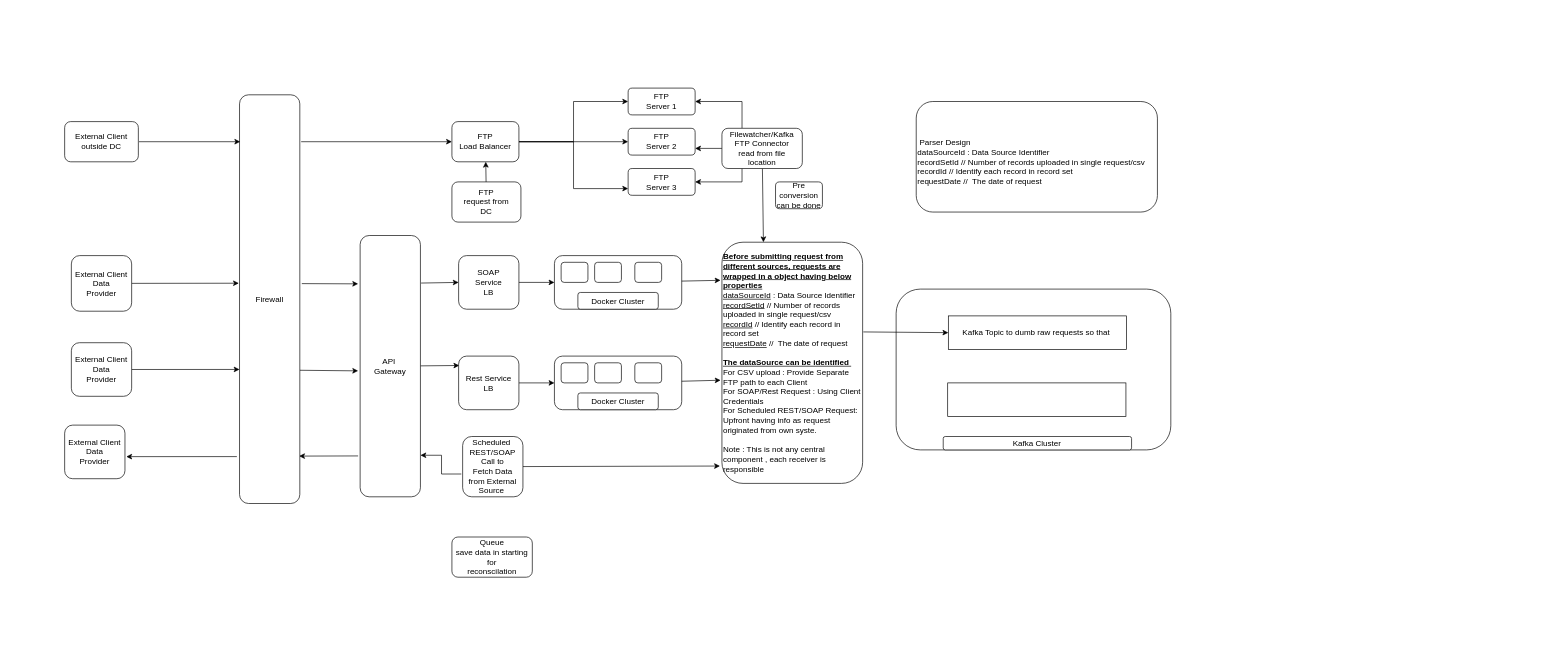
Earlier version of the draw.io diagram Untitled Diagram.drawio (arjunchd04/Diagram). Source tidied: cells renumbered, new cells numbered last; positions are measured from the earlier drawing's top-left corner, leaving out a move shared by most shapes. Both pictures are drawn from the tidied source at 67%, with x=0, y=0 at pixel (64, 88).
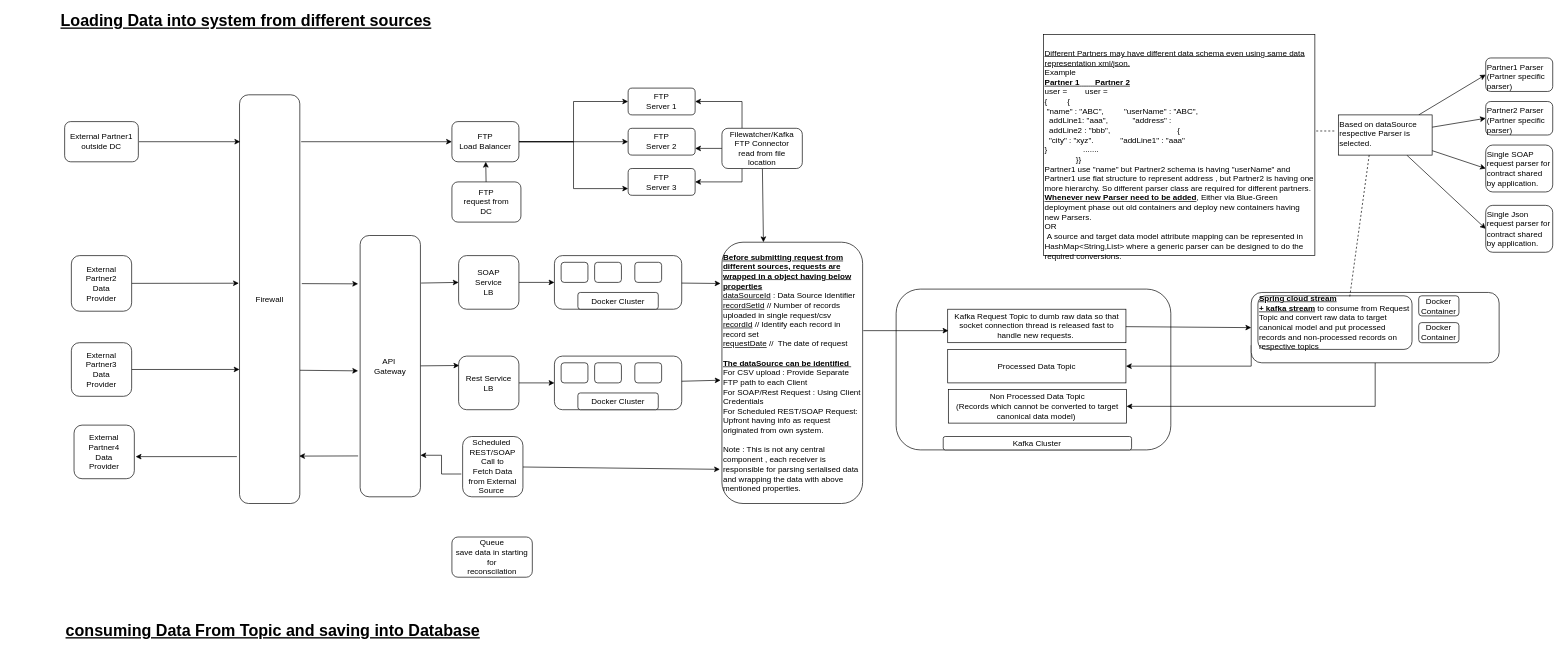
Above is the later version.

The change refers to these unchanged cells:
```xml
<mxCell id="2" style="group;" parent="1" vertex="1">
  <mxGeometry x="1241" y="340" width="410" height="200" as="geometry" />
</mxCell>
<mxCell id="20" value="Scheduled&amp;nbsp;&lt;br&gt;REST/SOAP&lt;br&gt;Call to&lt;br&gt;Fetch Data&lt;br&gt;from External&lt;br&gt;Source&amp;nbsp;" style="rounded=1;whiteSpace=wrap;html=1;" parent="1" vertex="1">
  <mxGeometry x="594" y="520" width="90" height="90" as="geometry" />
</mxCell>
```

Change to the diagram source:
```diff
@@
-    <mxCell id="5" style="rounded=0;whiteSpace=wrap;html=1;" parent="2" vertex="1">
-      <mxGeometry x="77" y="100" width="266" height="50" as="geometry" />
+    <mxCell id="5" value="Processed Data Topic" style="rounded=0;whiteSpace=wrap;html=1;" parent="2" vertex="1">
+      <mxGeometry x="77" y="50" width="266" height="50" as="geometry" />
     </mxCell>
+    <mxCell id="64" value="Non Processed Data Topic&lt;br&gt;(Records which cannot be converted to target canonical data model)&amp;nbsp;" style="rounded=0;whiteSpace=wrap;html=1;" parent="2" vertex="1">
+      <mxGeometry x="77.9" y="110" width="266" height="50" as="geometry" />
+    </mxCell>
-    <mxCell id="6" value="Kafka Topic to dumb raw requests so that&amp;nbsp;" style="rounded=0;whiteSpace=wrap;html=1;" parent="2" vertex="1">
-      <mxGeometry x="77.9" width="266" height="50" as="geometry" />
+    <mxCell id="6" value="Kafka Request Topic to dumb raw data so that socket connection thread is released fast to handle new requests.&amp;nbsp;" style="rounded=0;whiteSpace=wrap;html=1;" parent="2" vertex="1">
+      <mxGeometry x="77" y="-10" width="266" height="50" as="geometry" />
     </mxCell>
@@
-    <mxCell id="19" style="edgeStyle=none;rounded=0;jettySize=auto;html=1;entryX=-0.014;entryY=0.928;entryDx=0;entryDy=0;entryPerimeter=0;" parent="1" edge="1" source="20" target="57">
-      <mxGeometry relative="1" as="geometry" />
+    <mxCell id="19" style="edgeStyle=none;rounded=0;jettySize=auto;html=1;" parent="1" edge="1" source="20">
+      <mxGeometry relative="1" as="geometry">
+        <mxPoint x="978" y="569" as="targetPoint" />
+      </mxGeometry>
     </mxCell>
@@
-    <mxCell id="21" value="External Client&lt;br&gt;Data&lt;br&gt;Provider" style="rounded=1;whiteSpace=wrap;html=1;" parent="1" vertex="1">
-      <mxGeometry y="503" width="90" height="80" as="geometry" />
+    <mxCell id="21" value="External Partner4&lt;br&gt;Data&lt;br&gt;Provider" style="rounded=1;whiteSpace=wrap;html=1;" parent="1" vertex="1">
+      <mxGeometry x="14" y="503" width="90" height="80" as="geometry" />
     </mxCell>
@@
-    <mxCell id="25" value="External Client&lt;br&gt;outside DC" style="rounded=1;whiteSpace=wrap;html=1;" parent="1" vertex="1">
+    <mxCell id="25" value="External Partner1&lt;br&gt;outside DC" style="rounded=1;whiteSpace=wrap;html=1;" parent="1" vertex="1">
       <mxGeometry y="50" width="110" height="60" as="geometry" />
     </mxCell>
@@
-    <mxCell id="51" value="&amp;nbsp; &amp;nbsp;&amp;nbsp;&lt;br&gt;&amp;nbsp;Parser Design&lt;br&gt;dataSourceId : Data Source Identifier&amp;nbsp;&lt;br&gt;recordSetId // Number of records uploaded in single request/csv&amp;nbsp;&lt;br&gt;recordId // Identify each record in record set&lt;br&gt;requestDate //&amp;nbsp; The date of request&lt;br&gt;" style="rounded=1;whiteSpace=wrap;html=1;align=left;" parent="1" vertex="1">
-      <mxGeometry x="1271" y="20" width="360" height="165" as="geometry" />
-    </mxCell>
-    <mxCell id="52" value="Pre conversion&lt;br&gt;can be done" style="rounded=1;whiteSpace=wrap;html=1;" parent="1" vertex="1">
-      <mxGeometry x="1061" y="140" width="70" height="40" as="geometry" />
-    </mxCell>
@@
-    <mxCell id="56" style="edgeStyle=none;rounded=0;jettySize=auto;html=1;entryX=0;entryY=0.5;entryDx=0;entryDy=0;exitX=1.005;exitY=0.372;exitDx=0;exitDy=0;exitPerimeter=0;" parent="1" edge="1" source="57" target="6">
-      <mxGeometry relative="1" as="geometry" />
+    <mxCell id="56" style="edgeStyle=none;rounded=0;jettySize=auto;html=1;entryX=0.004;entryY=0.64;entryDx=0;entryDy=0;entryPerimeter=0;" parent="1" edge="1" target="6">
+      <mxGeometry relative="1" as="geometry">
+        <mxPoint x="1192" y="362" as="sourcePoint" />
+      </mxGeometry>
     </mxCell>
-    <mxCell id="57" value="&lt;b&gt;&lt;u&gt;Before submitting request from different sources, requests are wrapped in a object having below properties&lt;/u&gt;&lt;/b&gt;&lt;br&gt;&lt;u&gt;dataSourceId&lt;/u&gt; : Data Source Identifier&amp;nbsp;&lt;br&gt;&lt;u&gt;recordSetId&lt;/u&gt; // Number of records uploaded in single request/csv&amp;nbsp;&lt;br&gt;&lt;u&gt;recordId&lt;/u&gt; // Identify each record in record set&lt;br&gt;&lt;u&gt;requestDate&lt;/u&gt; //&amp;nbsp; The date of request&lt;br&gt;&lt;br&gt;&lt;b&gt;&lt;u&gt;The dataSource can be identified&amp;nbsp;&lt;/u&gt;&lt;/b&gt;&lt;br&gt;For CSV upload : Provide Separate FTP path to each Client&lt;br&gt;For SOAP/Rest Request : Using Client Credentials&lt;br&gt;For Scheduled REST/SOAP Request: Upfront having info as request originated from own syste.&lt;br&gt;&lt;br&gt;Note : This is not any central component , each receiver is responsible&amp;nbsp;" style="rounded=1;whiteSpace=wrap;html=1;align=left;" parent="1" vertex="1">
-      <mxGeometry x="981" y="230" width="210" height="360" as="geometry" />
+    <mxCell id="57" value="&lt;b&gt;&lt;u&gt;Before submitting request from different sources, requests are wrapped in a object having below properties&lt;/u&gt;&lt;/b&gt;&lt;br&gt;&lt;u&gt;dataSourceId&lt;/u&gt; : Data Source Identifier&amp;nbsp;&lt;br&gt;&lt;u&gt;recordSetId&lt;/u&gt; // Number of records uploaded in single request/csv&amp;nbsp;&lt;br&gt;&lt;u&gt;recordId&lt;/u&gt; // Identify each record in record set&lt;br&gt;&lt;u&gt;requestDate&lt;/u&gt; //&amp;nbsp; The date of request&lt;br&gt;&lt;br&gt;&lt;b&gt;&lt;u&gt;The dataSource can be identified&amp;nbsp;&lt;/u&gt;&lt;/b&gt;&lt;br&gt;For CSV upload : Provide Separate FTP path to each Client&lt;br&gt;For SOAP/Rest Request : Using Client Credentials&lt;br&gt;For Scheduled REST/SOAP Request: Upfront having info as request originated from own system.&lt;br&gt;&lt;br&gt;Note : This is not any central component , each receiver is responsible for parsing serialised data and wrapping the data with above mentioned properties.&amp;nbsp;&amp;nbsp;" style="rounded=1;whiteSpace=wrap;html=1;align=left;" parent="1" vertex="1">
+      <mxGeometry x="981" y="230" width="210" height="390" as="geometry" />
     </mxCell>
@@
-    <mxCell id="61" value="External Client&lt;br&gt;Data&lt;br&gt;Provider" style="rounded=1;whiteSpace=wrap;html=1;" parent="1" vertex="1">
+    <mxCell id="61" value="External Partner2&lt;br&gt;Data&lt;br&gt;Provider" style="rounded=1;whiteSpace=wrap;html=1;" parent="1" vertex="1">
       <mxGeometry x="10" y="250" width="90" height="83" as="geometry" />
     </mxCell>
@@
-    <mxCell id="63" value="External Client&lt;br&gt;Data&lt;br&gt;Provider" style="rounded=1;whiteSpace=wrap;html=1;" parent="1" vertex="1">
+    <mxCell id="63" value="External Partner3&lt;br&gt;Data&lt;br&gt;Provider" style="rounded=1;whiteSpace=wrap;html=1;" parent="1" vertex="1">
       <mxGeometry x="10" y="380" width="90" height="80" as="geometry" />
     </mxCell>
+    <mxCell id="65" style="edgeStyle=none;rounded=0;jettySize=auto;html=1;entryX=1;entryY=0.5;entryDx=0;entryDy=0;exitX=0;exitY=0.75;exitDx=0;exitDy=0;" parent="1" edge="1" source="67" target="5">
+      <mxGeometry relative="1" as="geometry">
+        <Array as="points">
+          <mxPoint x="1771" y="415" />
+        </Array>
+      </mxGeometry>
+    </mxCell>
+    <mxCell id="66" style="edgeStyle=none;rounded=0;jettySize=auto;html=1;entryX=1;entryY=0.5;entryDx=0;entryDy=0;" parent="1" edge="1" source="67" target="64">
+      <mxGeometry relative="1" as="geometry">
+        <Array as="points">
+          <mxPoint x="1956" y="475" />
+        </Array>
+      </mxGeometry>
+    </mxCell>
+    <mxCell id="67" style="rounded=1;whiteSpace=wrap;html=1;" parent="1" vertex="1">
+      <mxGeometry x="1771" y="305" width="370" height="105" as="geometry" />
+    </mxCell>
+    <mxCell id="68" value="&lt;b&gt;&lt;u&gt;Spring cloud stream &lt;br&gt;+ kafka stream&lt;/u&gt;&lt;/b&gt; to consume from Request Topic and convert raw data to target canonical model and put processed records and non-processed records on respective topics" style="rounded=1;whiteSpace=wrap;html=1;align=left;" parent="1" vertex="1">
+      <mxGeometry x="1781" y="310" width="230" height="80" as="geometry" />
+    </mxCell>
+    <mxCell id="69" value="Docker Container" style="rounded=1;whiteSpace=wrap;html=1;" parent="1" vertex="1">
+      <mxGeometry x="2021" y="310" width="60" height="30" as="geometry" />
+    </mxCell>
+    <mxCell id="70" value="Docker Container" style="rounded=1;whiteSpace=wrap;html=1;" parent="1" vertex="1">
+      <mxGeometry x="2021" y="350" width="60" height="30" as="geometry" />
+    </mxCell>
+    <mxCell id="71" style="edgeStyle=none;rounded=0;jettySize=auto;html=1;entryX=0;entryY=0.5;entryDx=0;entryDy=0;" parent="1" edge="1" source="6" target="67">
+      <mxGeometry relative="1" as="geometry" />
+    </mxCell>
+    <mxCell id="72" value="&amp;nbsp; &amp;nbsp;&amp;nbsp;&lt;br&gt;&lt;u&gt;Different Partners may have different data schema even using same data representation xml/json.&lt;/u&gt;&lt;br&gt;Example&amp;nbsp;&lt;br&gt;&lt;b&gt;&lt;u&gt;Partner 1&lt;span&gt; &lt;span style=&quot;white-space: pre&quot;&gt; &lt;/span&gt;&lt;span style=&quot;white-space: pre&quot;&gt; &lt;/span&gt;&lt;span style=&quot;white-space: pre&quot;&gt; &lt;/span&gt;&lt;span style=&quot;white-space: pre&quot;&gt; &lt;/span&gt;&lt;span style=&quot;white-space: pre&quot;&gt; &lt;/span&gt;&lt;/span&gt;&lt;span&gt; &lt;/span&gt;&lt;span&gt; &lt;/span&gt;&lt;span&gt; &lt;/span&gt;&lt;span&gt; &lt;/span&gt;Partner 2&lt;/u&gt;&lt;/b&gt;&lt;br&gt;user = &lt;span style=&quot;white-space: pre&quot;&gt; &lt;/span&gt;&lt;span style=&quot;white-space: pre&quot;&gt; &lt;/span&gt;&lt;span style=&quot;white-space: pre&quot;&gt; &lt;/span&gt;&lt;span style=&quot;white-space: pre&quot;&gt; &lt;/span&gt;&lt;span style=&quot;white-space: pre&quot;&gt; &lt;/span&gt;&lt;span style=&quot;white-space: pre&quot;&gt; &lt;/span&gt;     user =&lt;br&gt;{ &lt;span style=&quot;white-space: pre&quot;&gt; &lt;/span&gt;&lt;span style=&quot;white-space: pre&quot;&gt; &lt;/span&gt;&lt;span style=&quot;white-space: pre&quot;&gt; &lt;/span&gt;&lt;span style=&quot;white-space: pre&quot;&gt; &lt;/span&gt;&lt;span style=&quot;white-space: pre&quot;&gt; &lt;/span&gt;&lt;span style=&quot;white-space: pre&quot;&gt; &lt;/span&gt;&lt;span style=&quot;white-space: pre&quot;&gt; &lt;/span&gt;      {&lt;br&gt;&amp;nbsp;&quot;name&quot; : &quot;ABC&quot;,    &amp;nbsp;&lt;span style=&quot;white-space: pre&quot;&gt; &lt;/span&gt;&lt;span style=&quot;white-space: pre&quot;&gt; &lt;/span&gt;&lt;span style=&quot;white-space: pre&quot;&gt; &lt;/span&gt;&lt;span style=&quot;white-space: pre&quot;&gt; &lt;/span&gt;&amp;nbsp; &amp;nbsp;&quot;userName&quot; : &quot;ABC&quot;,&lt;br&gt;&amp;nbsp; addLine1: &quot;aaa&quot;,&amp;nbsp;    &amp;nbsp;&lt;span style=&quot;white-space: pre&quot;&gt; &lt;/span&gt;&lt;span style=&quot;white-space: pre&quot;&gt; &lt;/span&gt;&lt;span style=&quot;white-space: pre&quot;&gt; &lt;/span&gt;&lt;span style=&quot;white-space: pre&quot;&gt; &lt;/span&gt;&amp;nbsp; &amp;nbsp; &quot;address&quot; :&lt;br&gt;&amp;nbsp; addLine2 : &quot;bbb&quot;,&amp;nbsp; &amp;nbsp; &amp;nbsp; &amp;nbsp; &amp;nbsp; &amp;nbsp; &amp;nbsp; &amp;nbsp; &amp;nbsp; &amp;nbsp; &amp;nbsp; &amp;nbsp; &amp;nbsp; &amp;nbsp; &amp;nbsp; {&amp;nbsp; &amp;nbsp; &amp;nbsp; &amp;nbsp; &amp;nbsp; &amp;nbsp; &amp;nbsp; &amp;nbsp; &amp;nbsp;&amp;nbsp;&lt;br&gt;&amp;nbsp; &quot;city&quot; : &quot;xyz&quot;.&amp;nbsp; &amp;nbsp; &amp;nbsp; &lt;span style=&quot;white-space: pre&quot;&gt; &lt;/span&gt;&lt;span style=&quot;white-space: pre&quot;&gt; &lt;/span&gt;&lt;span style=&quot;white-space: pre&quot;&gt; &lt;/span&gt;&lt;span style=&quot;white-space: pre&quot;&gt; &lt;/span&gt;&lt;span style=&quot;white-space: pre&quot;&gt; &lt;/span&gt;    &quot;addLine1&quot; : &quot;aaa&quot;&lt;br&gt;}&amp;nbsp; &amp;nbsp; &amp;nbsp; &amp;nbsp;&lt;span style=&quot;white-space: pre&quot;&gt; &lt;/span&gt;&lt;span style=&quot;white-space: pre&quot;&gt; &lt;/span&gt;&lt;span style=&quot;white-space: pre&quot;&gt; &lt;/span&gt;&lt;span style=&quot;white-space: pre&quot;&gt; &lt;/span&gt;&lt;span style=&quot;white-space: pre&quot;&gt; &lt;/span&gt;&lt;span style=&quot;white-space: pre&quot;&gt; &lt;/span&gt;&lt;span style=&quot;white-space: pre&quot;&gt; &lt;/span&gt;       &amp;nbsp;.......&lt;br&gt;       &amp;nbsp; &amp;nbsp; &lt;span style=&quot;white-space: pre&quot;&gt; &lt;/span&gt;&lt;span style=&quot;white-space: pre&quot;&gt; &lt;/span&gt;&lt;span style=&quot;white-space: pre&quot;&gt; &lt;/span&gt;&lt;span style=&quot;white-space: pre&quot;&gt; &lt;/span&gt;&lt;span style=&quot;white-space: pre&quot;&gt; &lt;/span&gt;&lt;span style=&quot;white-space: pre&quot;&gt; &lt;/span&gt;&lt;span style=&quot;white-space: pre&quot;&gt; &lt;/span&gt;&amp;nbsp; &amp;nbsp;}}&lt;br&gt;Partner1 use &quot;name&quot; but Partner2 schema is having &quot;userName&quot; and Partner1 use flat structure to represent address , but Partner2 is having one more hierarchy. So different parser class are required for different partners.&lt;br&gt;&lt;b&gt;&lt;u&gt;Whenever new Parser need to be added&lt;/u&gt;&lt;/b&gt;, Either via Blue-Green deployment phase out old containers and deploy new containers having new Parsers.&lt;br&gt;OR&lt;br&gt;&amp;nbsp;A source and target data model attribute mapping can be represented in HashMap&amp;lt;String,List&amp;gt; where a generic parser can be designed to do the required conversions.&amp;nbsp;" style="rounded=0;whiteSpace=wrap;html=1;align=left;verticalAlign=top;horizontal=1;" parent="1" vertex="1">
+      <mxGeometry x="1461" y="-80" width="405" height="330" as="geometry" />
+    </mxCell>
+    <mxCell id="73" style="edgeStyle=none;rounded=0;jettySize=auto;html=1;entryX=0;entryY=0.5;entryDx=0;entryDy=0;" parent="1" edge="1" source="77" target="79">
+      <mxGeometry relative="1" as="geometry" />
+    </mxCell>
+    <mxCell id="74" style="edgeStyle=none;rounded=0;jettySize=auto;html=1;entryX=0;entryY=0.5;entryDx=0;entryDy=0;" parent="1" edge="1" source="77" target="80">
+      <mxGeometry relative="1" as="geometry" />
+    </mxCell>
+    <mxCell id="75" style="edgeStyle=none;rounded=0;jettySize=auto;html=1;entryX=0;entryY=0.5;entryDx=0;entryDy=0;" parent="1" edge="1" source="77" target="81">
+      <mxGeometry relative="1" as="geometry" />
+    </mxCell>
+    <mxCell id="76" style="edgeStyle=none;rounded=0;jettySize=auto;html=1;entryX=0;entryY=0.5;entryDx=0;entryDy=0;" parent="1" edge="1" source="77" target="82">
+      <mxGeometry relative="1" as="geometry" />
+    </mxCell>
+    <mxCell id="77" value="Based on dataSource respective Parser is selected." style="rounded=0;whiteSpace=wrap;html=1;align=left;verticalAlign=top;" parent="1" vertex="1">
+      <mxGeometry x="1901" y="40" width="140" height="60" as="geometry" />
+    </mxCell>
+    <mxCell id="78" style="group;" parent="1" vertex="1">
+      <mxGeometry x="2121" y="-45" width="100" height="290" as="geometry" />
+    </mxCell>
+    <mxCell id="79" value="Partner1 Parser&lt;br&gt;(Partner specific parser)" style="rounded=1;whiteSpace=wrap;html=1;align=left;verticalAlign=top;" parent="78" vertex="1">
+      <mxGeometry width="100" height="50" as="geometry" />
+    </mxCell>
+    <mxCell id="80" value="Partner2 Parser&lt;br&gt;(Partner specific parser)" style="rounded=1;whiteSpace=wrap;html=1;align=left;verticalAlign=top;" parent="78" vertex="1">
+      <mxGeometry y="65" width="100" height="50" as="geometry" />
+    </mxCell>
+    <mxCell id="81" value="Single SOAP request parser for contract shared by application." style="rounded=1;whiteSpace=wrap;html=1;align=left;verticalAlign=top;" parent="78" vertex="1">
+      <mxGeometry y="130" width="100" height="70" as="geometry" />
+    </mxCell>
+    <mxCell id="82" value="Single Json request parser for contract shared by application." style="rounded=1;whiteSpace=wrap;html=1;align=left;verticalAlign=top;" parent="78" vertex="1">
+      <mxGeometry y="220" width="100" height="70" as="geometry" />
+    </mxCell>
+    <mxCell id="83" style="endArrow=none;dashed=1;html=1;entryX=0.329;entryY=1;entryDx=0;entryDy=0;entryPerimeter=0;exitX=0.596;exitY=0.013;exitDx=0;exitDy=0;exitPerimeter=0;" parent="1" edge="1" source="68" target="77">
+      <mxGeometry relative="1" as="geometry" />
+    </mxCell>
+    <mxCell id="84" style="endArrow=none;dashed=1;html=1;entryX=-0.029;entryY=0.4;entryDx=0;entryDy=0;entryPerimeter=0;" parent="1" edge="1" target="77">
+      <mxGeometry relative="1" as="geometry">
+        <mxPoint x="1868" y="64" as="sourcePoint" />
+      </mxGeometry>
+    </mxCell>
+    <mxCell id="85" value="Loading Data into system from different sources" style="text;html=1;strokeColor=none;fillColor=none;align=center;verticalAlign=middle;whiteSpace=wrap;rounded=0;fontStyle=5;fontSize=24;" parent="1" vertex="1">
+      <mxGeometry x="-79" y="-110" width="700" height="20" as="geometry" />
+    </mxCell>
+    <mxCell id="86" value="consuming Data From Topic and saving into Database" style="text;html=1;strokeColor=none;fillColor=none;align=center;verticalAlign=middle;whiteSpace=wrap;rounded=0;fontStyle=5;fontSize=24;" parent="1" vertex="1">
+      <mxGeometry x="-39" y="800" width="700" height="20" as="geometry" />
+    </mxCell>
```
